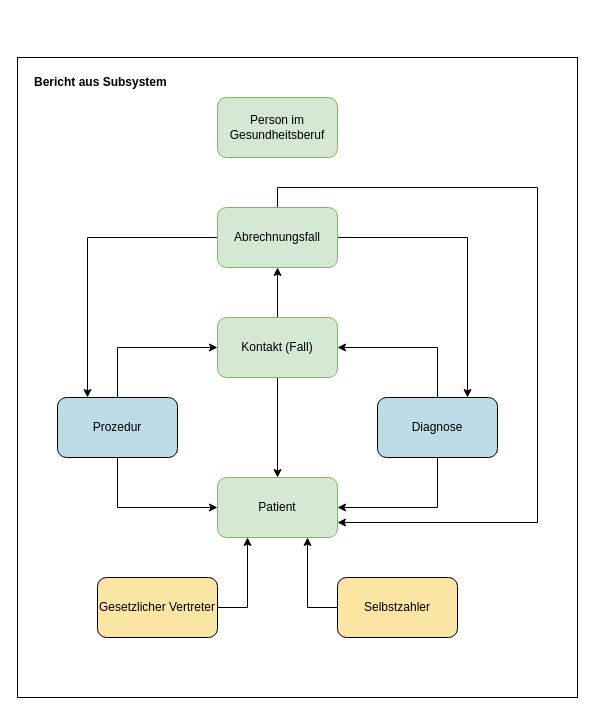
Earlier version of the draw.io diagram Materialien/ISiK Stufe 2 Vereinfachtes Infomodell.drawio (gematik/ISiK-Basismodul-Stufe-2). Source tidied: cells renumbered, new cells numbered last; positions are measured from the earlier drawing's top-left corner, leaving out a move shared by most shapes. Both pictures are drawn from the tidied source at 100%, with x=0, y=0 at pixel (17, 57).
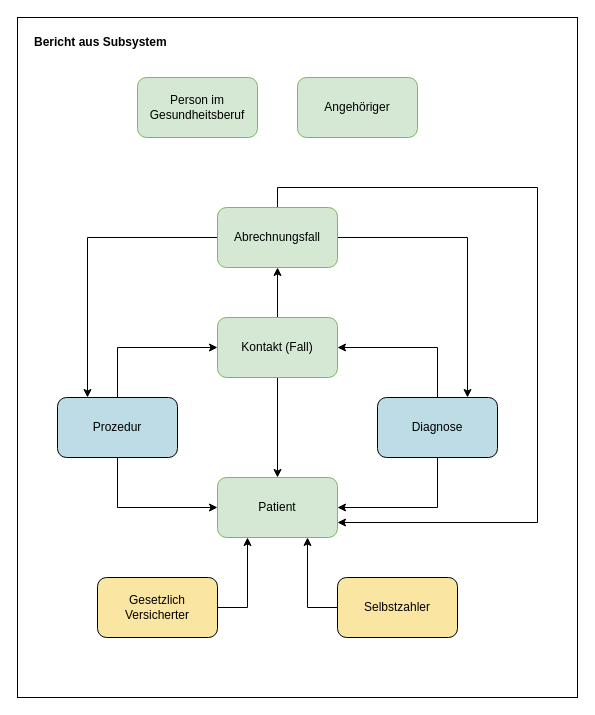
The same page after the edit.

What changed in the source:
```diff
@@
+    <mxCell id="21" style="rounded=0;whiteSpace=wrap;html=1;strokeColor=#000000;fillColor=none;" parent="1" vertex="1">
+      <mxGeometry y="-40" width="560" height="680" as="geometry" />
+    </mxCell>
     <mxCell id="2" value="Person im Gesundheitsberuf" style="rounded=1;whiteSpace=wrap;html=1;fillColor=#d5e8d4;strokeColor=#82b366;" parent="1" vertex="1">
-      <mxGeometry x="200" y="40" width="120" height="60" as="geometry" />
+      <mxGeometry x="120" y="20" width="120" height="60" as="geometry" />
     </mxCell>
@@
-    <mxCell id="18" value="Gesetzlicher Vertreter" style="rounded=1;whiteSpace=wrap;html=1;fillColor=#FAE5A2;" parent="1" vertex="1">
+    <mxCell id="18" value="Gesetzlich Versicherter" style="rounded=1;whiteSpace=wrap;html=1;fillColor=#FAE5A2;" parent="1" vertex="1">
       <mxGeometry x="80" y="520" width="120" height="60" as="geometry" />
     </mxCell>
@@
-    <mxCell id="21" style="rounded=0;whiteSpace=wrap;html=1;strokeColor=#000000;fillColor=none;" parent="1" vertex="1">
-      <mxGeometry width="560" height="640" as="geometry" />
-    </mxCell>
     <mxCell id="22" value="Bericht aus Subsystem&amp;nbsp;" style="text;html=1;strokeColor=none;fillColor=none;align=center;verticalAlign=middle;whiteSpace=wrap;rounded=0;fontStyle=1;" parent="1" vertex="1">
-      <mxGeometry x="10" y="10" width="150" height="30" as="geometry" />
+      <mxGeometry x="10" y="-30" width="150" height="30" as="geometry" />
     </mxCell>
+    <mxCell id="23" value="Angehöriger" style="rounded=1;whiteSpace=wrap;html=1;fillColor=#d5e8d4;strokeColor=#82b366;" parent="1" vertex="1">
+      <mxGeometry x="280" y="20" width="120" height="60" as="geometry" />
+    </mxCell>
```
